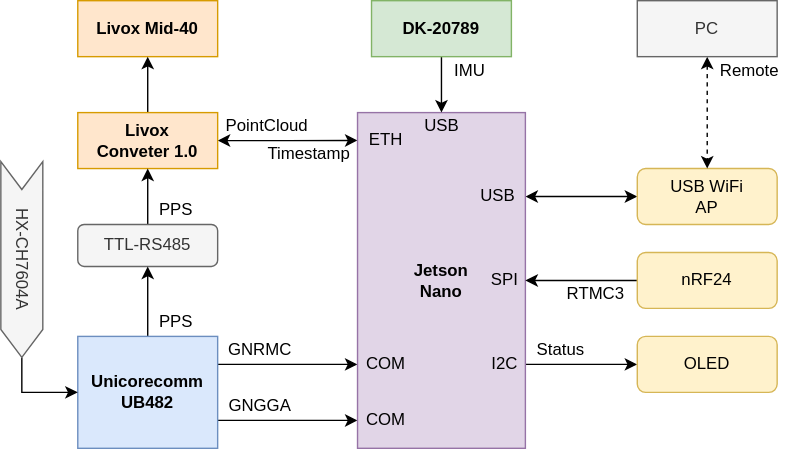
mfkiwl/lidar-mapping-poc keeps this draw.io diagram as docs/design/rover.drawio.svg. Above is the earlier version. Source tidied: cells renumbered, new cells last; positions are measured from the earlier drawing's top-left corner, leaving out a move shared by most shapes. Source of this version:
```xml
<mxGraphModel>
  <root>
    <mxCell id="0" />
    <mxCell id="1" parent="0" />
    <mxCell id="2" value="Livox Mid-40" style="rounded=0;whiteSpace=wrap;html=1;fontStyle=1;fillColor=#ffe6cc;strokeColor=#d79b00;" parent="1" vertex="1">
      <mxGeometry x="110" width="100" height="40" as="geometry" />
    </mxCell>
    <mxCell id="3" style="edgeStyle=orthogonalEdgeStyle;rounded=0;jettySize=auto;html=1;exitX=0.5;exitY=0;exitDx=0;exitDy=0;entryX=0.5;entryY=1;entryDx=0;entryDy=0;" parent="1" edge="1" source="5" target="2">
      <mxGeometry relative="1" as="geometry" />
    </mxCell>
    <mxCell id="4" style="edgeStyle=orthogonalEdgeStyle;rounded=0;jettySize=auto;html=1;exitX=1;exitY=0.5;exitDx=0;exitDy=0;entryX=0;entryY=0.083;entryDx=0;entryDy=0;entryPerimeter=0;startArrow=classic;startFill=1;" parent="1" edge="1" source="5" target="16">
      <mxGeometry relative="1" as="geometry" />
    </mxCell>
    <mxCell id="5" value="Livox&lt;br&gt;Conveter 1.0" style="rounded=0;whiteSpace=wrap;html=1;fontStyle=1;fillColor=#ffe6cc;strokeColor=#d79b00;" parent="1" vertex="1">
      <mxGeometry x="110" y="80" width="100" height="40" as="geometry" />
    </mxCell>
    <mxCell id="6" style="edgeStyle=orthogonalEdgeStyle;rounded=0;jettySize=auto;html=1;exitX=0.5;exitY=0;exitDx=0;exitDy=0;entryX=0.5;entryY=1;entryDx=0;entryDy=0;" parent="1" edge="1" source="7" target="5">
      <mxGeometry relative="1" as="geometry" />
    </mxCell>
    <mxCell id="7" value="TTL-RS485" style="rounded=1;whiteSpace=wrap;html=1;fontStyle=0;fillColor=#f5f5f5;strokeColor=#666666;fontColor=#333333;" parent="1" vertex="1">
      <mxGeometry x="110" y="160" width="100" height="30" as="geometry" />
    </mxCell>
    <mxCell id="8" style="edgeStyle=orthogonalEdgeStyle;rounded=0;jettySize=auto;html=1;exitX=0.5;exitY=0;exitDx=0;exitDy=0;entryX=0.5;entryY=1;entryDx=0;entryDy=0;" parent="1" edge="1" source="11" target="7">
      <mxGeometry relative="1" as="geometry" />
    </mxCell>
    <mxCell id="9" style="edgeStyle=orthogonalEdgeStyle;rounded=0;jettySize=auto;html=1;exitX=1;exitY=0.75;exitDx=0;exitDy=0;entryX=0;entryY=0.917;entryDx=0;entryDy=0;entryPerimeter=0;" parent="1" edge="1" source="11" target="16">
      <mxGeometry relative="1" as="geometry" />
    </mxCell>
    <mxCell id="10" style="edgeStyle=orthogonalEdgeStyle;rounded=0;jettySize=auto;html=1;exitX=1;exitY=0.25;exitDx=0;exitDy=0;entryX=0;entryY=0.75;entryDx=0;entryDy=0;" parent="1" edge="1" source="11" target="16">
      <mxGeometry relative="1" as="geometry" />
    </mxCell>
    <mxCell id="11" value="Unicorecomm&lt;br&gt;UB482" style="rounded=0;whiteSpace=wrap;html=1;fontStyle=1;fillColor=#dae8fc;strokeColor=#6c8ebf;" parent="1" vertex="1">
      <mxGeometry x="110" y="240" width="100" height="80" as="geometry" />
    </mxCell>
    <mxCell id="12" style="edgeStyle=orthogonalEdgeStyle;rounded=0;jettySize=auto;html=1;exitX=1;exitY=0.5;exitDx=0;exitDy=0;entryX=0;entryY=0.5;entryDx=0;entryDy=0;" parent="1" edge="1" source="13" target="11">
      <mxGeometry relative="1" as="geometry" />
    </mxCell>
    <mxCell id="13" value="HX-CH7604A" style="shape=step;perimeter=stepPerimeter;whiteSpace=wrap;html=1;fixedSize=1;rotation=90;fillColor=#f5f5f5;strokeColor=#666666;fontColor=#333333;" parent="1" vertex="1">
      <mxGeometry y="170" width="140" height="30" as="geometry" />
    </mxCell>
    <mxCell id="14" style="edgeStyle=orthogonalEdgeStyle;rounded=0;jettySize=auto;html=1;exitX=1;exitY=0.75;exitDx=0;exitDy=0;entryX=0;entryY=0.5;entryDx=0;entryDy=0;" parent="1" edge="1" source="16" target="23">
      <mxGeometry relative="1" as="geometry" />
    </mxCell>
    <mxCell id="15" style="edgeStyle=orthogonalEdgeStyle;rounded=0;jettySize=auto;html=1;exitX=1;exitY=0.25;exitDx=0;exitDy=0;entryX=0;entryY=0.5;entryDx=0;entryDy=0;startArrow=classic;startFill=1;" parent="1" edge="1" source="16" target="19">
      <mxGeometry relative="1" as="geometry" />
    </mxCell>
    <mxCell id="16" value="Jetson&lt;br&gt;Nano" style="rounded=0;whiteSpace=wrap;html=1;fontStyle=1;fillColor=#e1d5e7;strokeColor=#9673a6;" parent="1" vertex="1">
      <mxGeometry x="310" y="80" width="120" height="240" as="geometry" />
    </mxCell>
    <mxCell id="17" value="COM" style="text;html=1;align=center;verticalAlign=middle;strokeColor=none;fillColor=none;" parent="1" vertex="1">
      <mxGeometry x="310" y="290" width="40" height="20" as="geometry" />
    </mxCell>
    <mxCell id="18" value="COM" style="text;html=1;align=center;verticalAlign=middle;strokeColor=none;fillColor=none;" parent="1" vertex="1">
      <mxGeometry x="310" y="250" width="40" height="20" as="geometry" />
    </mxCell>
    <mxCell id="19" value="USB WiFi&lt;br&gt;AP" style="rounded=1;whiteSpace=wrap;html=1;fillColor=#fff2cc;strokeColor=#d6b656;" parent="1" vertex="1">
      <mxGeometry x="510" y="120" width="100" height="40" as="geometry" />
    </mxCell>
    <mxCell id="20" value="ETH" style="text;html=1;align=center;verticalAlign=middle;strokeColor=none;fillColor=none;" parent="1" vertex="1">
      <mxGeometry x="310" y="90" width="40" height="20" as="geometry" />
    </mxCell>
    <mxCell id="21" style="edgeStyle=orthogonalEdgeStyle;rounded=0;jettySize=auto;html=1;exitX=0;exitY=0.5;exitDx=0;exitDy=0;entryX=1;entryY=0.5;entryDx=0;entryDy=0;" parent="1" edge="1" source="22" target="16">
      <mxGeometry relative="1" as="geometry" />
    </mxCell>
    <mxCell id="22" value="nRF24" style="rounded=1;whiteSpace=wrap;html=1;fillColor=#fff2cc;strokeColor=#d6b656;" parent="1" vertex="1">
      <mxGeometry x="510" y="180" width="100" height="40" as="geometry" />
    </mxCell>
    <mxCell id="23" value="OLED" style="rounded=1;whiteSpace=wrap;html=1;fillColor=#fff2cc;strokeColor=#d6b656;" parent="1" vertex="1">
      <mxGeometry x="510" y="240" width="100" height="40" as="geometry" />
    </mxCell>
    <mxCell id="24" value="I2C" style="text;html=1;align=center;verticalAlign=middle;strokeColor=none;fillColor=none;" parent="1" vertex="1">
      <mxGeometry x="400" y="250" width="30" height="20" as="geometry" />
    </mxCell>
    <mxCell id="25" value="SPI" style="text;html=1;align=center;verticalAlign=middle;strokeColor=none;fillColor=none;" parent="1" vertex="1">
      <mxGeometry x="400" y="190" width="30" height="20" as="geometry" />
    </mxCell>
    <mxCell id="26" value="USB" style="text;html=1;align=center;verticalAlign=middle;strokeColor=none;fillColor=none;" parent="1" vertex="1">
      <mxGeometry x="350" y="80" width="40" height="20" as="geometry" />
    </mxCell>
    <mxCell id="27" style="edgeStyle=orthogonalEdgeStyle;rounded=0;jettySize=auto;html=1;exitX=0.5;exitY=1;exitDx=0;exitDy=0;entryX=0.5;entryY=0;entryDx=0;entryDy=0;" parent="1" edge="1" source="28" target="16">
      <mxGeometry relative="1" as="geometry" />
    </mxCell>
    <mxCell id="28" value="DK-20789" style="rounded=0;whiteSpace=wrap;html=1;fontStyle=1;fillColor=#d5e8d4;strokeColor=#82b366;" parent="1" vertex="1">
      <mxGeometry x="320" width="100" height="40" as="geometry" />
    </mxCell>
    <mxCell id="29" value="USB" style="text;html=1;align=center;verticalAlign=middle;strokeColor=none;fillColor=none;" parent="1" vertex="1">
      <mxGeometry x="390" y="130" width="40" height="20" as="geometry" />
    </mxCell>
    <mxCell id="30" value="PPS" style="text;html=1;align=center;verticalAlign=middle;strokeColor=none;fillColor=none;" parent="1" vertex="1">
      <mxGeometry x="160" y="220" width="40" height="20" as="geometry" />
    </mxCell>
    <mxCell id="31" value="GNRMC" style="text;html=1;align=center;verticalAlign=middle;strokeColor=none;fillColor=none;" parent="1" vertex="1">
      <mxGeometry x="210" y="240" width="60" height="20" as="geometry" />
    </mxCell>
    <mxCell id="32" value="GNGGA" style="text;html=1;align=center;verticalAlign=middle;strokeColor=none;fillColor=none;" parent="1" vertex="1">
      <mxGeometry x="210" y="280" width="60" height="20" as="geometry" />
    </mxCell>
    <mxCell id="33" value="PointCloud" style="text;html=1;align=center;verticalAlign=middle;strokeColor=none;fillColor=none;" parent="1" vertex="1">
      <mxGeometry x="210" y="80" width="70" height="20" as="geometry" />
    </mxCell>
    <mxCell id="34" value="IMU" style="text;html=1;align=center;verticalAlign=middle;strokeColor=none;fillColor=none;" parent="1" vertex="1">
      <mxGeometry x="370" y="40" width="40" height="20" as="geometry" />
    </mxCell>
    <mxCell id="35" value="Status" style="text;html=1;align=center;verticalAlign=middle;strokeColor=none;fillColor=none;" parent="1" vertex="1">
      <mxGeometry x="430" y="240" width="50" height="20" as="geometry" />
    </mxCell>
    <mxCell id="36" value="RTMC3" style="text;html=1;align=center;verticalAlign=middle;strokeColor=none;fillColor=none;" parent="1" vertex="1">
      <mxGeometry x="450" y="200" width="60" height="20" as="geometry" />
    </mxCell>
    <mxCell id="37" style="edgeStyle=orthogonalEdgeStyle;rounded=0;jettySize=auto;html=1;exitX=0.5;exitY=1;exitDx=0;exitDy=0;entryX=0.5;entryY=0;entryDx=0;entryDy=0;startArrow=classic;startFill=1;dashed=1;" parent="1" edge="1" source="38" target="19">
      <mxGeometry relative="1" as="geometry" />
    </mxCell>
    <mxCell id="38" value="PC" style="rounded=0;whiteSpace=wrap;html=1;fontStyle=0;fillColor=#f5f5f5;strokeColor=#666666;fontColor=#333333;" parent="1" vertex="1">
      <mxGeometry x="510" width="100" height="40" as="geometry" />
    </mxCell>
    <mxCell id="39" value="Remote" style="text;html=1;align=center;verticalAlign=middle;strokeColor=none;fillColor=none;" parent="1" vertex="1">
      <mxGeometry x="560" y="40" width="60" height="20" as="geometry" />
    </mxCell>
    <mxCell id="40" value="PPS" style="text;html=1;align=center;verticalAlign=middle;strokeColor=none;fillColor=none;" parent="1" vertex="1">
      <mxGeometry x="160" y="140" width="40" height="20" as="geometry" />
    </mxCell>
    <mxCell id="41" value="Timestamp" style="text;html=1;align=center;verticalAlign=middle;strokeColor=none;fillColor=none;" parent="1" vertex="1">
      <mxGeometry x="240" y="100" width="70" height="20" as="geometry" />
    </mxCell>
  </root>
</mxGraphModel>
```
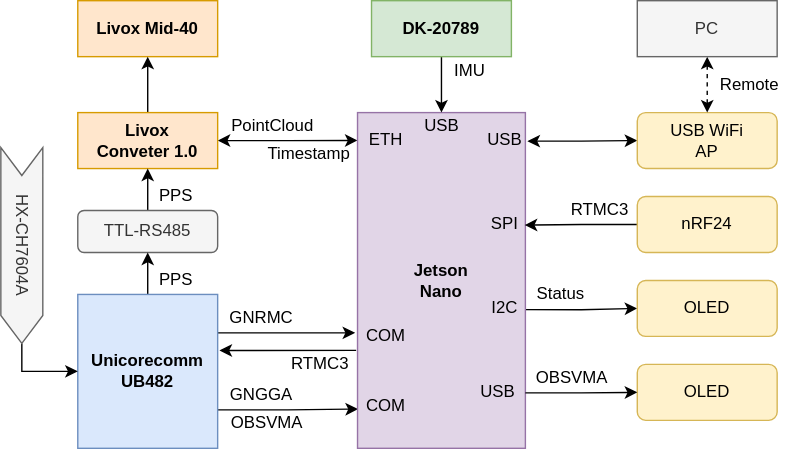
After the commit.

Diff of the diagram source:
```diff
@@ -18,61 +18,61 @@
       <mxGeometry relative="1" as="geometry" />
     </mxCell>
     <mxCell id="7" value="TTL-RS485" style="rounded=1;whiteSpace=wrap;html=1;fontStyle=0;fillColor=#f5f5f5;strokeColor=#666666;fontColor=#333333;" parent="1" vertex="1">
-      <mxGeometry x="110" y="160" width="100" height="30" as="geometry" />
+      <mxGeometry x="110" y="150" width="100" height="30" as="geometry" />
     </mxCell>
     <mxCell id="8" style="edgeStyle=orthogonalEdgeStyle;rounded=0;jettySize=auto;html=1;exitX=0.5;exitY=0;exitDx=0;exitDy=0;entryX=0.5;entryY=1;entryDx=0;entryDy=0;" parent="1" edge="1" source="11" target="7">
       <mxGeometry relative="1" as="geometry" />
     </mxCell>
-    <mxCell id="9" style="edgeStyle=orthogonalEdgeStyle;rounded=0;jettySize=auto;html=1;exitX=1;exitY=0.75;exitDx=0;exitDy=0;entryX=0;entryY=0.917;entryDx=0;entryDy=0;entryPerimeter=0;" parent="1" edge="1" source="11" target="16">
+    <mxCell id="9" style="edgeStyle=orthogonalEdgeStyle;rounded=0;jettySize=auto;html=1;exitX=1;exitY=0.75;exitDx=0;exitDy=0;entryX=0.003;entryY=0.883;entryDx=0;entryDy=0;entryPerimeter=0;" parent="1" edge="1" source="11" target="16">
       <mxGeometry relative="1" as="geometry" />
     </mxCell>
-    <mxCell id="10" style="edgeStyle=orthogonalEdgeStyle;rounded=0;jettySize=auto;html=1;exitX=1;exitY=0.25;exitDx=0;exitDy=0;entryX=0;entryY=0.75;entryDx=0;entryDy=0;" parent="1" edge="1" source="11" target="16">
+    <mxCell id="10" style="edgeStyle=orthogonalEdgeStyle;rounded=0;jettySize=auto;html=1;exitX=1;exitY=0.25;exitDx=0;exitDy=0;entryX=-0.014;entryY=0.656;entryDx=0;entryDy=0;entryPerimeter=0;" parent="1" edge="1" source="11" target="16">
       <mxGeometry relative="1" as="geometry" />
     </mxCell>
     <mxCell id="11" value="Unicorecomm&lt;br&gt;UB482" style="rounded=0;whiteSpace=wrap;html=1;fontStyle=1;fillColor=#dae8fc;strokeColor=#6c8ebf;" parent="1" vertex="1">
-      <mxGeometry x="110" y="240" width="100" height="80" as="geometry" />
+      <mxGeometry x="110" y="210" width="100" height="110" as="geometry" />
     </mxCell>
     <mxCell id="12" style="edgeStyle=orthogonalEdgeStyle;rounded=0;jettySize=auto;html=1;exitX=1;exitY=0.5;exitDx=0;exitDy=0;entryX=0;entryY=0.5;entryDx=0;entryDy=0;" parent="1" edge="1" source="13" target="11">
       <mxGeometry relative="1" as="geometry" />
     </mxCell>
     <mxCell id="13" value="HX-CH7604A" style="shape=step;perimeter=stepPerimeter;whiteSpace=wrap;html=1;fixedSize=1;rotation=90;fillColor=#f5f5f5;strokeColor=#666666;fontColor=#333333;" parent="1" vertex="1">
-      <mxGeometry y="170" width="140" height="30" as="geometry" />
+      <mxGeometry y="160" width="140" height="30" as="geometry" />
     </mxCell>
-    <mxCell id="14" style="edgeStyle=orthogonalEdgeStyle;rounded=0;jettySize=auto;html=1;exitX=1;exitY=0.75;exitDx=0;exitDy=0;entryX=0;entryY=0.5;entryDx=0;entryDy=0;" parent="1" edge="1" source="16" target="23">
+    <mxCell id="14" style="edgeStyle=orthogonalEdgeStyle;rounded=0;jettySize=auto;html=1;exitX=1;exitY=0.587;exitDx=0;exitDy=0;entryX=0;entryY=0.5;entryDx=0;entryDy=0;exitPerimeter=0;" parent="1" edge="1" source="16" target="23">
       <mxGeometry relative="1" as="geometry" />
     </mxCell>
-    <mxCell id="15" style="edgeStyle=orthogonalEdgeStyle;rounded=0;jettySize=auto;html=1;exitX=1;exitY=0.25;exitDx=0;exitDy=0;entryX=0;entryY=0.5;entryDx=0;entryDy=0;startArrow=classic;startFill=1;" parent="1" edge="1" source="16" target="19">
+    <mxCell id="15" style="edgeStyle=orthogonalEdgeStyle;rounded=0;jettySize=auto;html=1;exitX=1.012;exitY=0.085;exitDx=0;exitDy=0;entryX=0;entryY=0.5;entryDx=0;entryDy=0;startArrow=classic;startFill=1;exitPerimeter=0;" parent="1" edge="1" source="16" target="19">
       <mxGeometry relative="1" as="geometry" />
     </mxCell>
     <mxCell id="16" value="Jetson&lt;br&gt;Nano" style="rounded=0;whiteSpace=wrap;html=1;fontStyle=1;fillColor=#e1d5e7;strokeColor=#9673a6;" parent="1" vertex="1">
       <mxGeometry x="310" y="80" width="120" height="240" as="geometry" />
     </mxCell>
     <mxCell id="17" value="COM" style="text;html=1;align=center;verticalAlign=middle;strokeColor=none;fillColor=none;" parent="1" vertex="1">
-      <mxGeometry x="310" y="290" width="40" height="20" as="geometry" />
+      <mxGeometry x="310" y="280" width="40" height="20" as="geometry" />
     </mxCell>
     <mxCell id="18" value="COM" style="text;html=1;align=center;verticalAlign=middle;strokeColor=none;fillColor=none;" parent="1" vertex="1">
-      <mxGeometry x="310" y="250" width="40" height="20" as="geometry" />
+      <mxGeometry x="310" y="230" width="40" height="20" as="geometry" />
     </mxCell>
     <mxCell id="19" value="USB WiFi&lt;br&gt;AP" style="rounded=1;whiteSpace=wrap;html=1;fillColor=#fff2cc;strokeColor=#d6b656;" parent="1" vertex="1">
-      <mxGeometry x="510" y="120" width="100" height="40" as="geometry" />
+      <mxGeometry x="510" y="80" width="100" height="40" as="geometry" />
     </mxCell>
     <mxCell id="20" value="ETH" style="text;html=1;align=center;verticalAlign=middle;strokeColor=none;fillColor=none;" parent="1" vertex="1">
       <mxGeometry x="310" y="90" width="40" height="20" as="geometry" />
     </mxCell>
-    <mxCell id="21" style="edgeStyle=orthogonalEdgeStyle;rounded=0;jettySize=auto;html=1;exitX=0;exitY=0.5;exitDx=0;exitDy=0;entryX=1;entryY=0.5;entryDx=0;entryDy=0;" parent="1" edge="1" source="22" target="16">
+    <mxCell id="21" style="edgeStyle=orthogonalEdgeStyle;rounded=0;jettySize=auto;html=1;exitX=0;exitY=0.5;exitDx=0;exitDy=0;entryX=0.996;entryY=0.335;entryDx=0;entryDy=0;entryPerimeter=0;" parent="1" edge="1" source="22" target="16">
       <mxGeometry relative="1" as="geometry" />
     </mxCell>
     <mxCell id="22" value="nRF24" style="rounded=1;whiteSpace=wrap;html=1;fillColor=#fff2cc;strokeColor=#d6b656;" parent="1" vertex="1">
-      <mxGeometry x="510" y="180" width="100" height="40" as="geometry" />
+      <mxGeometry x="510" y="140" width="100" height="40" as="geometry" />
     </mxCell>
     <mxCell id="23" value="OLED" style="rounded=1;whiteSpace=wrap;html=1;fillColor=#fff2cc;strokeColor=#d6b656;" parent="1" vertex="1">
-      <mxGeometry x="510" y="240" width="100" height="40" as="geometry" />
+      <mxGeometry x="510" y="200" width="100" height="40" as="geometry" />
     </mxCell>
     <mxCell id="24" value="I2C" style="text;html=1;align=center;verticalAlign=middle;strokeColor=none;fillColor=none;" parent="1" vertex="1">
-      <mxGeometry x="400" y="250" width="30" height="20" as="geometry" />
+      <mxGeometry x="400" y="210" width="30" height="20" as="geometry" />
     </mxCell>
     <mxCell id="25" value="SPI" style="text;html=1;align=center;verticalAlign=middle;strokeColor=none;fillColor=none;" parent="1" vertex="1">
-      <mxGeometry x="400" y="190" width="30" height="20" as="geometry" />
+      <mxGeometry x="400" y="150" width="30" height="20" as="geometry" />
     </mxCell>
     <mxCell id="26" value="USB" style="text;html=1;align=center;verticalAlign=middle;strokeColor=none;fillColor=none;" parent="1" vertex="1">
       <mxGeometry x="350" y="80" width="40" height="20" as="geometry" />
@@ -84,28 +84,28 @@
       <mxGeometry x="320" width="100" height="40" as="geometry" />
     </mxCell>
     <mxCell id="29" value="USB" style="text;html=1;align=center;verticalAlign=middle;strokeColor=none;fillColor=none;" parent="1" vertex="1">
-      <mxGeometry x="390" y="130" width="40" height="20" as="geometry" />
+      <mxGeometry x="395" y="90" width="40" height="20" as="geometry" />
     </mxCell>
     <mxCell id="30" value="PPS" style="text;html=1;align=center;verticalAlign=middle;strokeColor=none;fillColor=none;" parent="1" vertex="1">
-      <mxGeometry x="160" y="220" width="40" height="20" as="geometry" />
+      <mxGeometry x="160" y="190" width="40" height="20" as="geometry" />
     </mxCell>
     <mxCell id="31" value="GNRMC" style="text;html=1;align=center;verticalAlign=middle;strokeColor=none;fillColor=none;" parent="1" vertex="1">
-      <mxGeometry x="210" y="240" width="60" height="20" as="geometry" />
+      <mxGeometry x="211" y="217" width="60" height="20" as="geometry" />
     </mxCell>
     <mxCell id="32" value="GNGGA" style="text;html=1;align=center;verticalAlign=middle;strokeColor=none;fillColor=none;" parent="1" vertex="1">
-      <mxGeometry x="210" y="280" width="60" height="20" as="geometry" />
+      <mxGeometry x="211" y="272" width="60" height="20" as="geometry" />
     </mxCell>
     <mxCell id="33" value="PointCloud" style="text;html=1;align=center;verticalAlign=middle;strokeColor=none;fillColor=none;" parent="1" vertex="1">
-      <mxGeometry x="210" y="80" width="70" height="20" as="geometry" />
+      <mxGeometry x="214" y="80" width="70" height="20" as="geometry" />
     </mxCell>
     <mxCell id="34" value="IMU" style="text;html=1;align=center;verticalAlign=middle;strokeColor=none;fillColor=none;" parent="1" vertex="1">
       <mxGeometry x="370" y="40" width="40" height="20" as="geometry" />
     </mxCell>
     <mxCell id="35" value="Status" style="text;html=1;align=center;verticalAlign=middle;strokeColor=none;fillColor=none;" parent="1" vertex="1">
-      <mxGeometry x="430" y="240" width="50" height="20" as="geometry" />
+      <mxGeometry x="430" y="200" width="50" height="20" as="geometry" />
     </mxCell>
     <mxCell id="36" value="RTMC3" style="text;html=1;align=center;verticalAlign=middle;strokeColor=none;fillColor=none;" parent="1" vertex="1">
-      <mxGeometry x="450" y="200" width="60" height="20" as="geometry" />
+      <mxGeometry x="453" y="140" width="60" height="20" as="geometry" />
     </mxCell>
     <mxCell id="37" style="edgeStyle=orthogonalEdgeStyle;rounded=0;jettySize=auto;html=1;exitX=0.5;exitY=1;exitDx=0;exitDy=0;entryX=0.5;entryY=0;entryDx=0;entryDy=0;startArrow=classic;startFill=1;dashed=1;" parent="1" edge="1" source="38" target="19">
       <mxGeometry relative="1" as="geometry" />
@@ -114,13 +114,36 @@
       <mxGeometry x="510" width="100" height="40" as="geometry" />
     </mxCell>
     <mxCell id="39" value="Remote" style="text;html=1;align=center;verticalAlign=middle;strokeColor=none;fillColor=none;" parent="1" vertex="1">
-      <mxGeometry x="560" y="40" width="60" height="20" as="geometry" />
+      <mxGeometry x="560" y="50" width="60" height="20" as="geometry" />
     </mxCell>
     <mxCell id="40" value="PPS" style="text;html=1;align=center;verticalAlign=middle;strokeColor=none;fillColor=none;" parent="1" vertex="1">
-      <mxGeometry x="160" y="140" width="40" height="20" as="geometry" />
+      <mxGeometry x="160" y="130" width="40" height="20" as="geometry" />
     </mxCell>
     <mxCell id="41" value="Timestamp" style="text;html=1;align=center;verticalAlign=middle;strokeColor=none;fillColor=none;" parent="1" vertex="1">
       <mxGeometry x="240" y="100" width="70" height="20" as="geometry" />
     </mxCell>
+    <mxCell id="42" value="RTMC3" style="text;html=1;align=center;verticalAlign=middle;strokeColor=none;fillColor=none;" parent="1" vertex="1">
+      <mxGeometry x="253" y="250" width="60" height="20" as="geometry" />
+    </mxCell>
+    <mxCell id="43" style="endArrow=classic;html=1;entryX=1.013;entryY=0.364;entryDx=0;entryDy=0;entryPerimeter=0;" parent="1" edge="1" target="11">
+      <mxGeometry relative="1" as="geometry">
+        <mxPoint x="309" y="250" as="sourcePoint" />
+      </mxGeometry>
+    </mxCell>
+    <mxCell id="44" value="OLED" style="rounded=1;whiteSpace=wrap;html=1;fillColor=#fff2cc;strokeColor=#d6b656;" parent="1" vertex="1">
+      <mxGeometry x="510" y="260" width="100" height="40" as="geometry" />
+    </mxCell>
+    <mxCell id="45" value="OBSVMA" style="text;html=1;align=center;verticalAlign=middle;strokeColor=none;fillColor=none;" parent="1" vertex="1">
+      <mxGeometry x="210" y="292" width="70" height="20" as="geometry" />
+    </mxCell>
+    <mxCell id="46" style="edgeStyle=orthogonalEdgeStyle;rounded=0;jettySize=auto;html=1;exitX=1;exitY=0.835;exitDx=0;exitDy=0;entryX=0;entryY=0.5;entryDx=0;entryDy=0;exitPerimeter=0;" parent="1" edge="1" source="16" target="44">
+      <mxGeometry relative="1" as="geometry" />
+    </mxCell>
+    <mxCell id="47" value="OBSVMA" style="text;html=1;align=center;verticalAlign=middle;strokeColor=none;fillColor=none;" parent="1" vertex="1">
+      <mxGeometry x="428" y="260" width="70" height="20" as="geometry" />
+    </mxCell>
+    <mxCell id="48" value="USB" style="text;html=1;align=center;verticalAlign=middle;strokeColor=none;fillColor=none;" parent="1" vertex="1">
+      <mxGeometry x="390" y="270" width="40" height="20" as="geometry" />
+    </mxCell>
   </root>
 </mxGraphModel>
```
